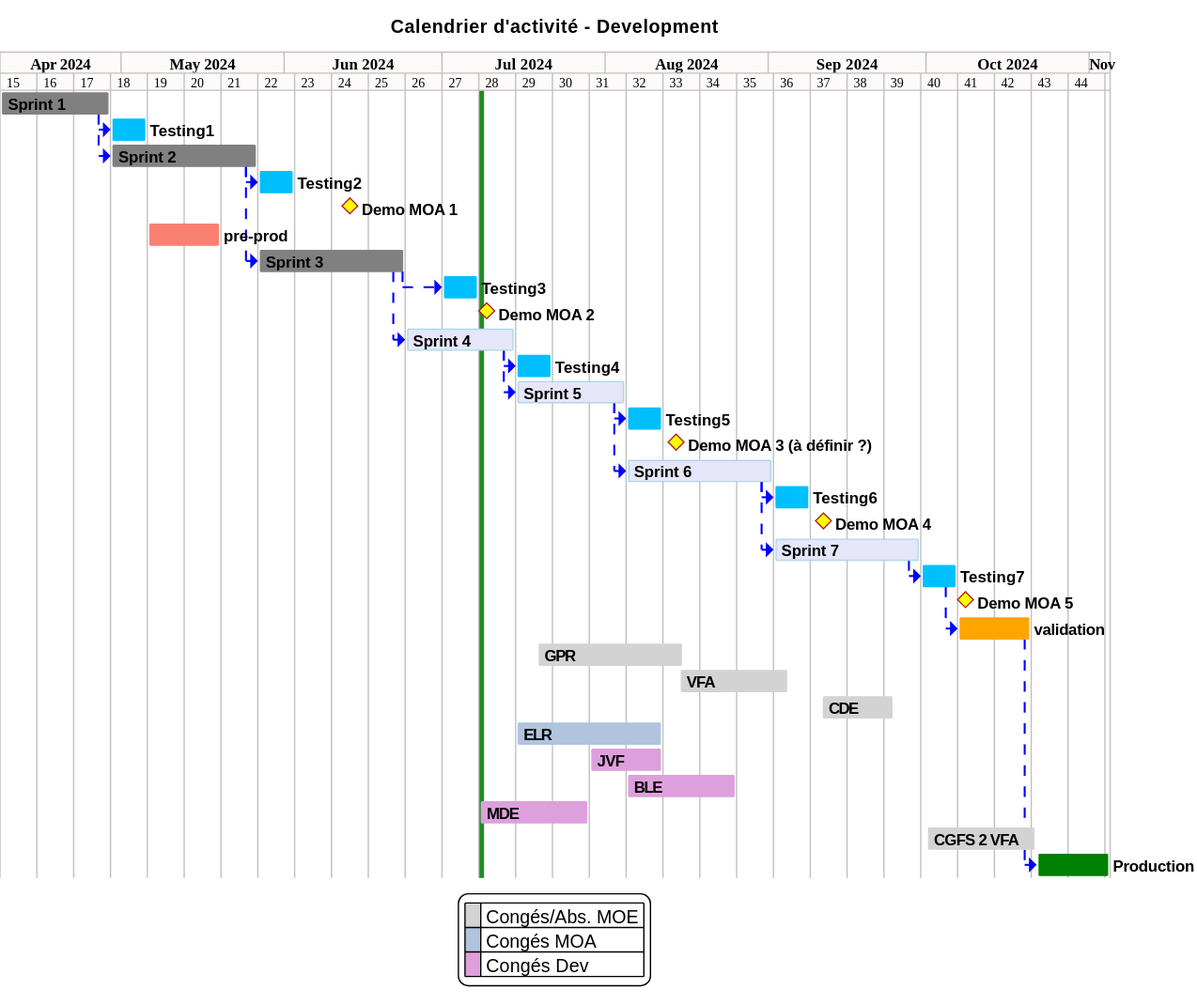
Before: projects/activity-calendar/not/images/refonte-activity-calendar-planning-sprints.svg, a diagram exported from PlantUML (sumaris-net/sumaris-doc).
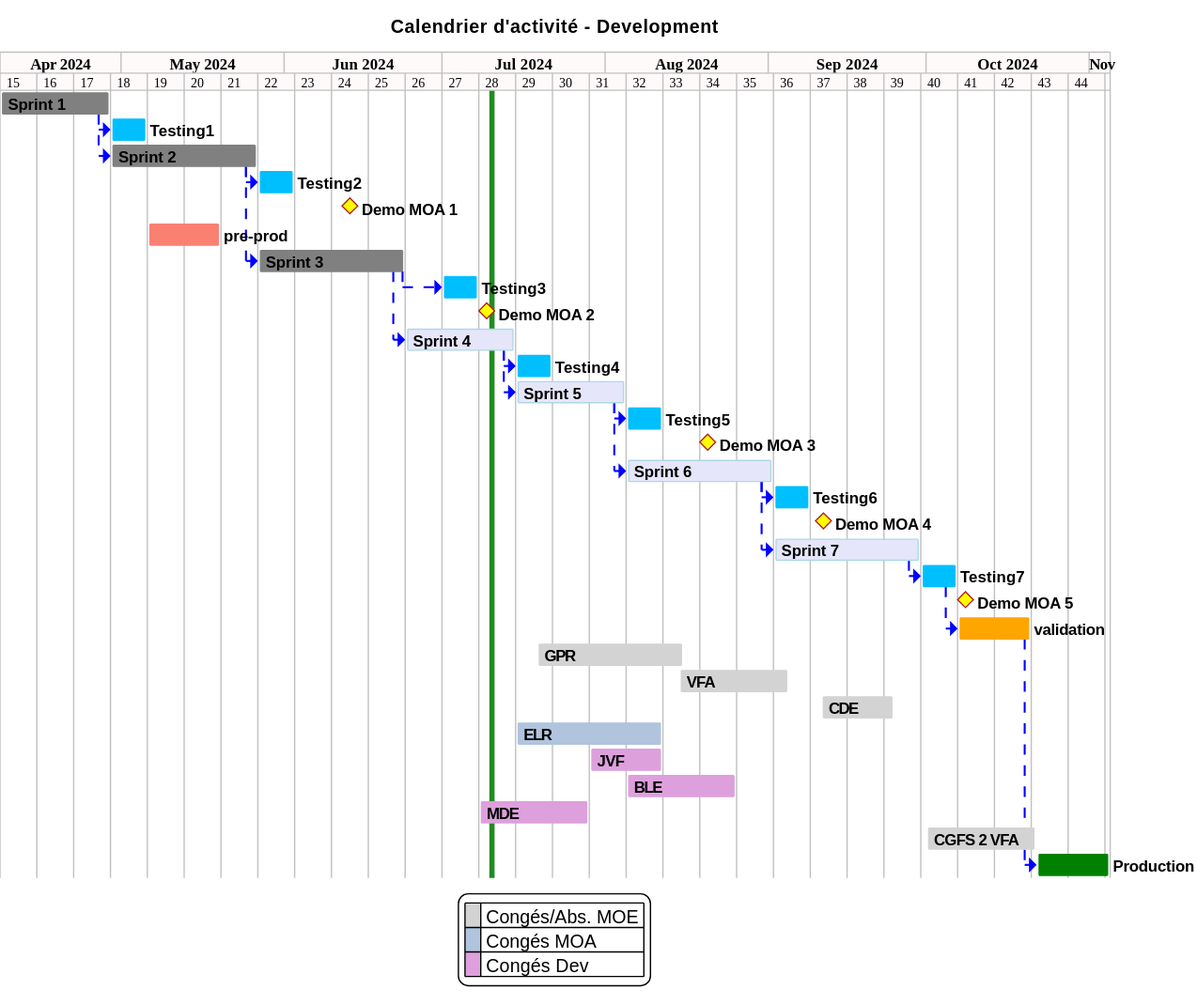
Later version of the same file.

Commit message:
[enh] Update ActiFlot V2 planning and MOA demo (CRR)

Diff of the diagram source:
```diff
@@ -107,7 +107,7 @@
 [TASK4]->[TASK5]
 [Testing5] requires 1 week and starts the 5th of August 2024
 [TASK5]->[Testing5]
-[Demo MOA 3 (à définir ?)] happens 3 day after [Testing5]'s end
+[Demo MOA 3] happens 20th of August 2024
 
 [Sprint 6] as [TASK6] requires 4 weeks and starts the 5th of August 2024
 [TASK6] is colored in Lavender/LightBlue
```
